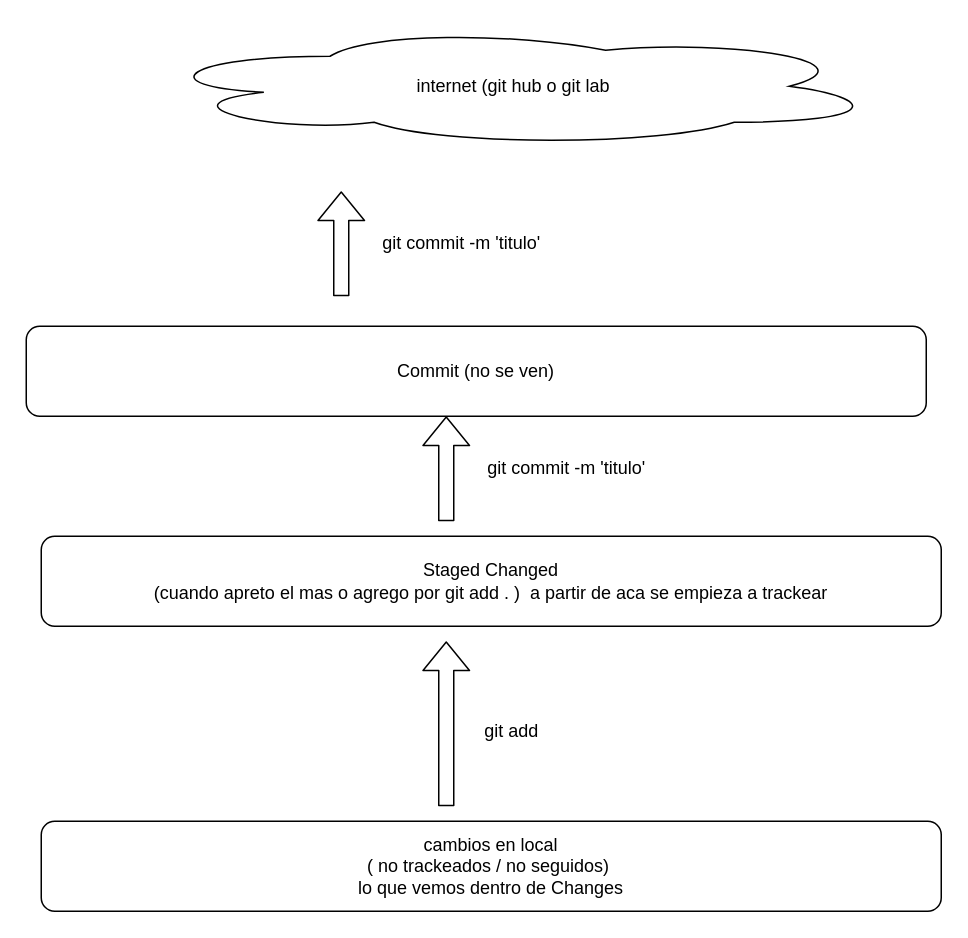
This is docs/git.drawio from RodrigoHernan/clases_html, a draw.io file, before an edit. Source tidied: cells renumbered, new cells numbered last; positions are measured from the earlier drawing's top-left corner, leaving out a move shared by most shapes. Both pictures are drawn from the tidied source at 150%, with x=0, y=0 at pixel (26, 26).
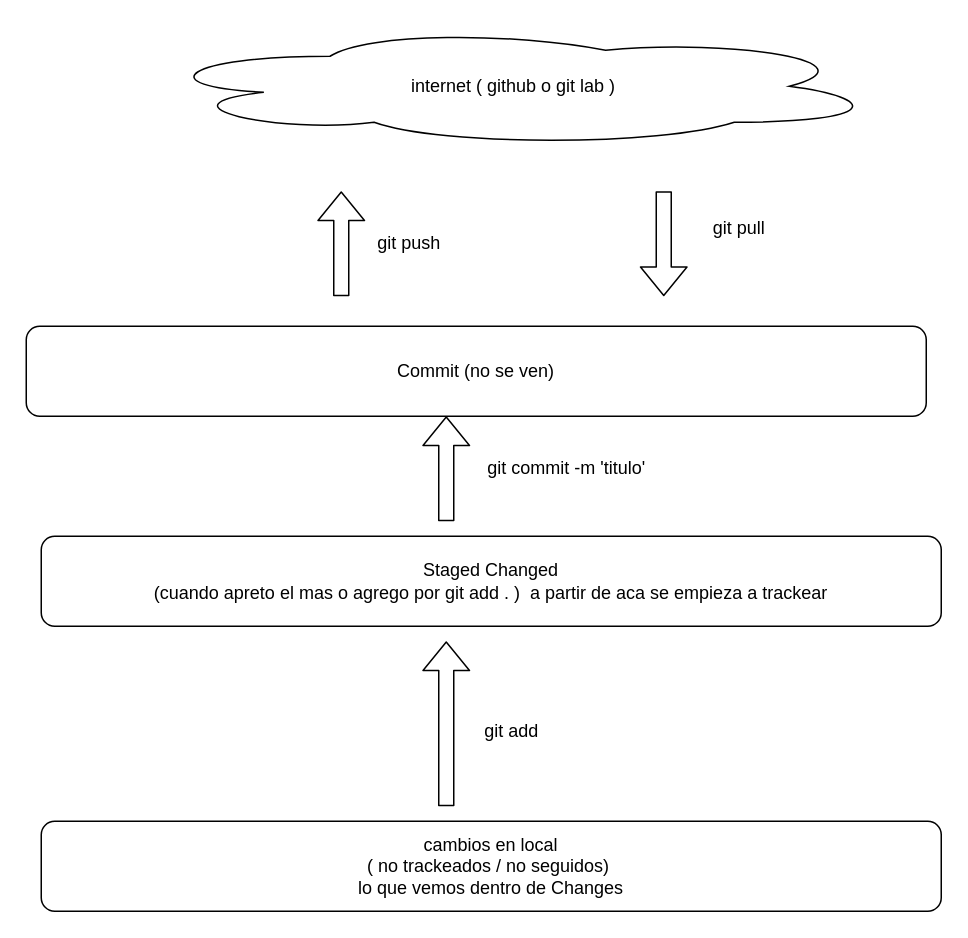
The same page after the edit.

The edit, as a diff of the source:
```diff
@@
 <mxGraphModel>
   <root>
     <mxCell id="0" />
     <mxCell id="1" parent="0" />
-    <mxCell id="2" value="internet (git hub o git lab" style="ellipse;shape=cloud;whiteSpace=wrap;html=1;" parent="1" vertex="1">
+    <mxCell id="2" value="internet ( github o git lab )" style="ellipse;shape=cloud;whiteSpace=wrap;html=1;" parent="1" vertex="1">
       <mxGeometry x="80" width="490" height="80" as="geometry" />
     </mxCell>
     <mxCell id="3" value="cambios en local &lt;br&gt;( no trackeados / no seguidos)&amp;nbsp;&lt;br&gt;lo que vemos dentro de Changes" style="rounded=1;whiteSpace=wrap;html=1;" parent="1" vertex="1">
       <mxGeometry x="10" y="530" width="600" height="60" as="geometry" />
     </mxCell>
     <mxCell id="4" value="Staged Changed &lt;br&gt;(cuando apreto el mas o agrego por git add . )&amp;nbsp; a partir de aca se empieza a trackear" style="rounded=1;whiteSpace=wrap;html=1;" parent="1" vertex="1">
       <mxGeometry x="10" y="340" width="600" height="60" as="geometry" />
     </mxCell>
     <mxCell id="5" style="shape=flexArrow;endArrow=classic;html=1;" parent="1" edge="1">
       <mxGeometry relative="1" as="geometry">
         <mxPoint x="280" y="520" as="sourcePoint" />
         <mxPoint x="280" y="410" as="targetPoint" />
       </mxGeometry>
     </mxCell>
     <mxCell id="6" value="git add&amp;nbsp;" style="text;html=1;align=center;verticalAlign=middle;strokeColor=none;fillColor=none;" parent="1" vertex="1">
       <mxGeometry x="295" y="455" width="60" height="30" as="geometry" />
     </mxCell>
     <mxCell id="7" value="Commit (no se ven)" style="rounded=1;whiteSpace=wrap;html=1;" parent="1" vertex="1">
       <mxGeometry y="200" width="600" height="60" as="geometry" />
     </mxCell>
     <mxCell id="8" style="shape=flexArrow;endArrow=classic;html=1;" parent="1" edge="1">
       <mxGeometry relative="1" as="geometry">
         <mxPoint x="280" y="330" as="sourcePoint" />
         <mxPoint x="280" y="260" as="targetPoint" />
       </mxGeometry>
     </mxCell>
     <mxCell id="9" value="git commit -m 'titulo'" style="text;html=1;align=center;verticalAlign=middle;strokeColor=none;fillColor=none;" parent="1" vertex="1">
       <mxGeometry x="295" y="280" width="130" height="30" as="geometry" />
     </mxCell>
     <mxCell id="10" style="shape=flexArrow;endArrow=classic;html=1;" parent="1" edge="1">
       <mxGeometry relative="1" as="geometry">
         <mxPoint x="210" y="180" as="sourcePoint" />
         <mxPoint x="210" y="110" as="targetPoint" />
       </mxGeometry>
     </mxCell>
-    <mxCell id="11" value="git commit -m 'titulo'" style="text;html=1;align=center;verticalAlign=middle;strokeColor=none;fillColor=none;" parent="1" vertex="1">
-      <mxGeometry x="225" y="130" width="130" height="30" as="geometry" />
+    <mxCell id="11" value="git push" style="text;html=1;align=center;verticalAlign=middle;strokeColor=none;fillColor=none;" parent="1" vertex="1">
+      <mxGeometry x="220" y="130" width="70" height="30" as="geometry" />
     </mxCell>
+    <mxCell id="12" style="shape=flexArrow;endArrow=classic;html=1;" parent="1" edge="1">
+      <mxGeometry relative="1" as="geometry">
+        <mxPoint x="425" y="110" as="sourcePoint" />
+        <mxPoint x="425" y="180" as="targetPoint" />
+      </mxGeometry>
+    </mxCell>
+    <mxCell id="13" value="git pull" style="text;html=1;align=center;verticalAlign=middle;strokeColor=none;fillColor=none;" parent="1" vertex="1">
+      <mxGeometry x="445" y="120" width="60" height="30" as="geometry" />
+    </mxCell>
   </root>
 </mxGraphModel>
```
